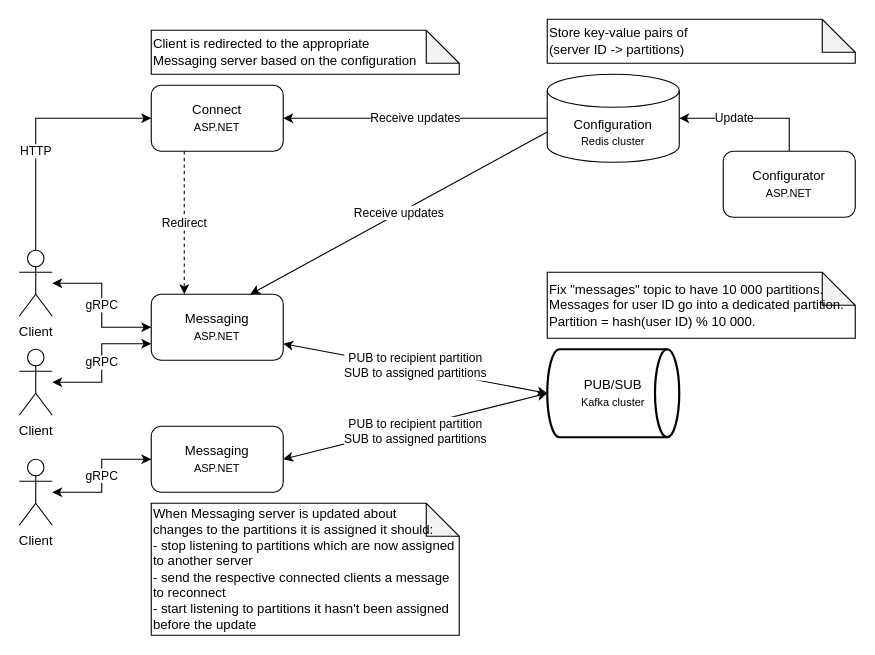
Above: docs/cecochat-02-configuration.drawio in cvetomir-todorov/CecoChat (draw.io), before the change. Source tidied: cells renumbered, new cells numbered last; positions are measured from the earlier drawing's top-left corner, leaving out a move shared by most shapes. Both pictures are drawn from the tidied source at 110%, with x=0, y=0 at pixel (19, 19).
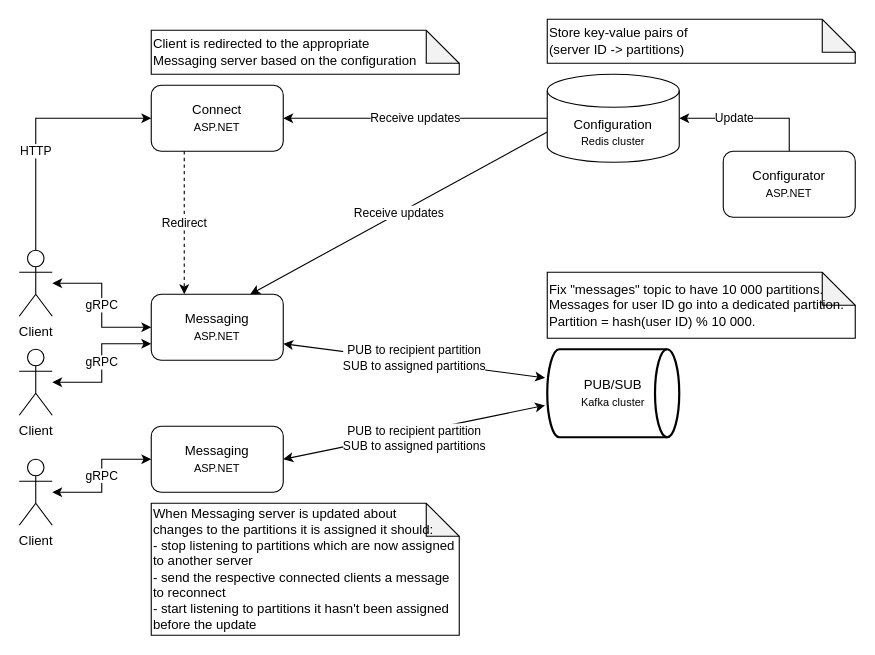
The same page after the edit.

The change refers to these unchanged cells:
```xml
<mxCell id="10" value="&lt;font style=&quot;font-size: 12px&quot;&gt;Messaging&lt;/font&gt;&lt;br&gt;&lt;font style=&quot;font-size: 10px&quot;&gt;ASP.NET&lt;/font&gt;" style="rounded=1;whiteSpace=wrap;html=1;" parent="1" vertex="1">
  <mxGeometry x="120" y="250" width="120" height="60" as="geometry" />
</mxCell>
<mxCell id="12" value="Messaging&lt;br&gt;&lt;font style=&quot;font-size: 10px&quot;&gt;ASP.NET&lt;/font&gt;" style="rounded=1;whiteSpace=wrap;html=1;" parent="1" vertex="1">
  <mxGeometry x="120" y="370" width="120" height="60" as="geometry" />
</mxCell>
<mxCell id="13" value="PUB/SUB&lt;br&gt;&lt;font style=&quot;font-size: 10px&quot;&gt;Kafka cluster&lt;/font&gt;" style="strokeWidth=2;html=1;shape=mxgraph.flowchart.direct_data;whiteSpace=wrap;" parent="1" vertex="1">
  <mxGeometry x="480" y="300" width="120" height="80" as="geometry" />
</mxCell>
```

Change to the diagram source:
```diff
@@
-    <mxCell id="9" value="PUB to recipient partition&lt;br&gt;&lt;div&gt;SUB to assigned partitions&lt;/div&gt;" style="rounded=0;jettySize=auto;html=1;entryX=0;entryY=0.5;entryDx=0;entryDy=0;entryPerimeter=0;startArrow=classic;startFill=1;exitX=1;exitY=0.75;exitDx=0;exitDy=0;" parent="1" edge="1" source="10" target="13">
+    <mxCell id="9" value="PUB to recipient partition&lt;br&gt;&lt;div&gt;SUB to assigned partitions&lt;/div&gt;" style="rounded=0;jettySize=auto;html=1;entryX=-0.017;entryY=0.325;entryDx=0;entryDy=0;entryPerimeter=0;startArrow=classic;startFill=1;exitX=1;exitY=0.75;exitDx=0;exitDy=0;" parent="1" edge="1" source="10" target="13">
       <mxGeometry y="2" relative="1" as="geometry">
         <mxPoint y="-1" as="offset" />
       </mxGeometry>
     </mxCell>
@@
-    <mxCell id="11" value="PUB to recipient partition&lt;br&gt;&lt;div&gt;SUB to assigned partitions&lt;/div&gt;" style="edgeStyle=none;rounded=0;jettySize=auto;html=1;entryX=0;entryY=0.5;entryDx=0;entryDy=0;entryPerimeter=0;startArrow=classic;startFill=1;exitX=1;exitY=0.5;exitDx=0;exitDy=0;" parent="1" edge="1" source="12" target="13">
+    <mxCell id="11" value="PUB to recipient partition&lt;br&gt;&lt;div&gt;SUB to assigned partitions&lt;/div&gt;" style="edgeStyle=none;rounded=0;jettySize=auto;html=1;entryX=-0.017;entryY=0.638;entryDx=0;entryDy=0;entryPerimeter=0;startArrow=classic;startFill=1;exitX=1;exitY=0.5;exitDx=0;exitDy=0;" parent="1" edge="1" source="12" target="13">
       <mxGeometry x="-0.01" y="-5" relative="1" as="geometry" />
     </mxCell>
```
